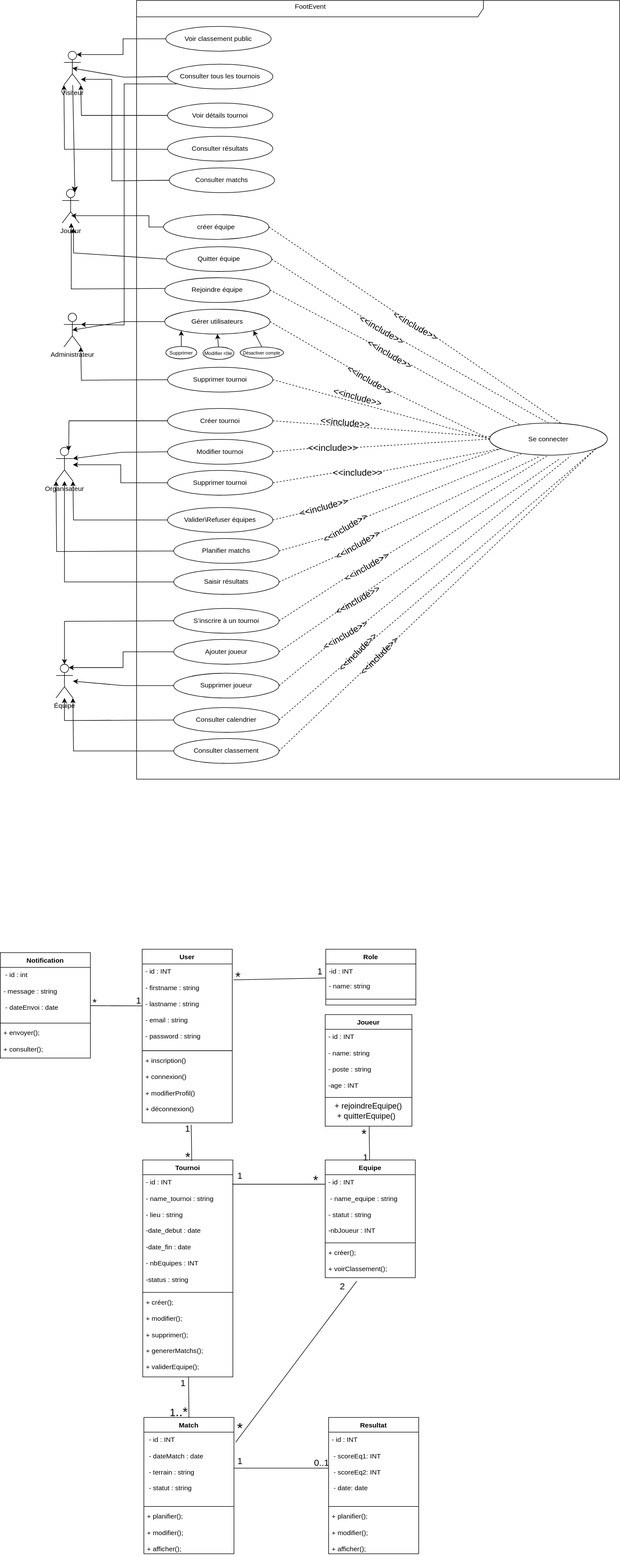
This is foot.drawio.svg from Yassir04-ch/FootEvenT, a draw.io export, as it was before one commit. Source tidied: cells renumbered, new cells last; positions are measured from the earlier drawing's top-left corner, leaving out a move shared by most shapes.
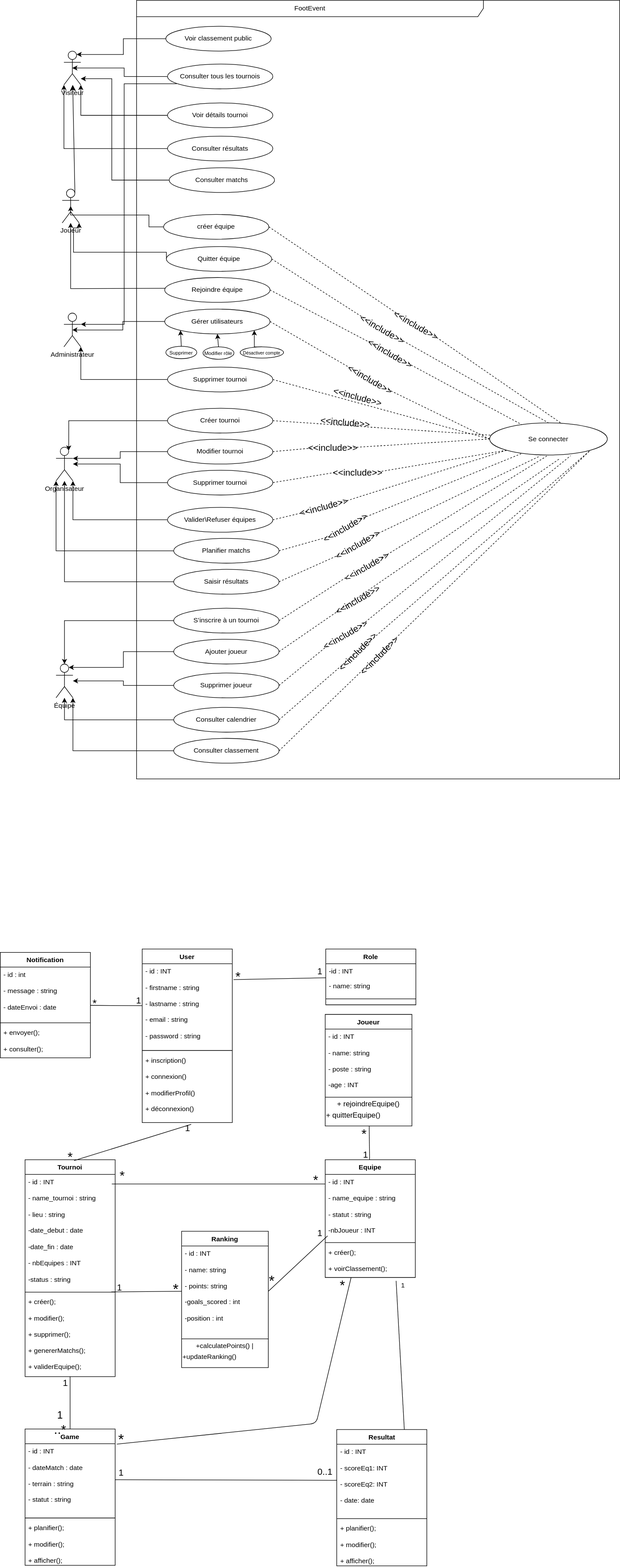
The same diagram one commit later.

The edit, as a diff of the source:
```diff
@@ -275,7 +275,7 @@
     <mxCell id="87" value="Consulter matchs" style="ellipse;whiteSpace=wrap;html=1;" parent="1" vertex="1">
       <mxGeometry x="300" y="297" width="187" height="44" as="geometry" />
     </mxCell>
-    <mxCell id="88" style="edgeStyle=none;curved=1;rounded=0;jettySize=auto;html=1;entryX=0.75;entryY=0.1;entryDx=0;entryDy=0;entryPerimeter=0;fontSize=12;startSize=8;endSize=8;" parent="1" edge="1" source="39" target="79">
+    <mxCell id="88" style="edgeStyle=none;curved=1;rounded=0;jettySize=auto;html=1;entryX=0.75;entryY=0.1;entryDx=0;entryDy=0;entryPerimeter=0;fontSize=12;startSize=8;endSize=8;endArrow=none;endFill=0;startArrow=classic;startFill=1;" parent="1" edge="1" source="39" target="79">
       <mxGeometry relative="1" as="geometry" />
     </mxCell>
     <mxCell id="89" style="edgeStyle=orthogonalEdgeStyle;rounded=0;jettySize=auto;html=1;exitX=0;exitY=0.5;exitDx=0;exitDy=0;entryX=0.5;entryY=0.5;entryDx=0;entryDy=0;entryPerimeter=0;" parent="1" edge="1" source="83" target="79">
@@ -359,7 +359,7 @@
       <mxGeometry relative="1" as="geometry" />
     </mxCell>
     <mxCell id="112" value="Tournoi " style="swimlane;fontStyle=1;align=center;verticalAlign=top;horizontal=1;startSize=26;whiteSpace=wrap;html=1;" parent="1" vertex="1">
-      <mxGeometry x="253" y="2058" width="160" height="385" as="geometry" />
+      <mxGeometry x="44" y="2058" width="160" height="385" as="geometry" />
     </mxCell>
     <mxCell id="113" value="- id : INT&lt;div&gt;&lt;br&gt;&lt;div&gt;- name_tournoi : string&lt;/div&gt;&lt;div&gt;&lt;br&gt;&lt;/div&gt;&lt;div&gt;- lieu : string&lt;/div&gt;&lt;div&gt;&lt;br&gt;&lt;/div&gt;&lt;div&gt;-date_debut : date&amp;nbsp;&lt;/div&gt;&lt;div&gt;&lt;br&gt;&lt;/div&gt;&lt;div&gt;-date_fin : date&lt;/div&gt;&lt;div&gt;&lt;br&gt;&lt;/div&gt;&lt;div&gt;-&amp;nbsp;nbEquipes : INT&lt;/div&gt;&lt;div&gt;&lt;br&gt;&lt;/div&gt;&lt;div&gt;-status : string&lt;/div&gt;&lt;/div&gt;" style="text;strokeColor=none;fillColor=none;align=left;verticalAlign=top;spacingLeft=4;spacingRight=4;overflow=hidden;points=[[0,0.5],[1,0.5]];portConstraint=eastwest;whiteSpace=wrap;html=1;" parent="112" vertex="1">
       <mxGeometry y="26" width="160" height="205" as="geometry" />
@@ -389,7 +389,7 @@
       <mxGeometry relative="1" as="geometry" />
     </mxCell>
     <mxCell id="122" style="line;strokeWidth=1;fillColor=none;align=left;verticalAlign=middle;spacingTop=-1;spacingLeft=3;spacingRight=3;labelPosition=right;strokeColor=inherit;" parent="1" vertex="1">
-      <mxGeometry x="412" y="2097" width="165" height="8" as="geometry" />
+      <mxGeometry x="198" y="2097" width="379" height="8" as="geometry" />
     </mxCell>
     <mxCell id="123" value="Joueur" style="swimlane;fontStyle=1;align=center;verticalAlign=top;horizontal=1;startSize=26;whiteSpace=wrap;html=1;" parent="1" vertex="1">
       <mxGeometry x="577" y="1800" width="154" height="198" as="geometry" />
@@ -400,14 +400,14 @@
     <mxCell id="125" style="line;strokeWidth=1;fillColor=none;align=left;verticalAlign=middle;spacingTop=-1;spacingLeft=3;spacingRight=3;labelPosition=right;strokeColor=inherit;" parent="123" vertex="1">
       <mxGeometry y="143" width="154" height="8" as="geometry" />
     </mxCell>
-    <mxCell id="126" value="&lt;font style=&quot;font-size: 14px;&quot;&gt;+ rejoindreEquipe()  &lt;/font&gt;" style="text;html=1;whiteSpace=wrap;strokeColor=none;fillColor=none;align=center;verticalAlign=middle;rounded=0;fontSize=16;" parent="123" vertex="1">
+    <mxCell id="126" value="&lt;font style=&quot;font-size: 13px;&quot;&gt;+ rejoindreEquipe()  &lt;/font&gt;" style="text;html=1;whiteSpace=wrap;strokeColor=none;fillColor=none;align=center;verticalAlign=middle;rounded=0;fontSize=16;" parent="123" vertex="1">
       <mxGeometry y="151" width="154" height="14" as="geometry" />
     </mxCell>
-    <mxCell id="127" value="&lt;font style=&quot;font-size: 14px;&quot;&gt;&amp;nbsp; &amp;nbsp; &amp;nbsp;+ quitterEquipe()&lt;/font&gt;" style="text;whiteSpace=wrap;html=1;" parent="123" vertex="1">
+    <mxCell id="127" value="&lt;font style=&quot;font-size: 13px;&quot;&gt;&amp;nbsp; &amp;nbsp; &amp;nbsp;+ quitterEquipe()&lt;/font&gt;" style="text;whiteSpace=wrap;html=1;" parent="123" vertex="1">
       <mxGeometry y="165" width="154" height="33" as="geometry" />
     </mxCell>
-    <mxCell id="128" value="Match             " style="swimlane;fontStyle=1;align=center;verticalAlign=top;horizontal=1;startSize=26;whiteSpace=wrap;html=1;" parent="1" vertex="1">
-      <mxGeometry x="255" y="2515" width="160" height="242" as="geometry" />
+    <mxCell id="128" value="Game" style="swimlane;fontStyle=1;align=center;verticalAlign=top;horizontal=1;startSize=26;whiteSpace=wrap;html=1;" parent="1" vertex="1">
+      <mxGeometry x="44" y="2536" width="160" height="242" as="geometry" />
     </mxCell>
     <mxCell id="129" value="&amp;nbsp;- id : INT&lt;div&gt;&lt;br&gt;&lt;/div&gt;&lt;div&gt;&amp;nbsp;- dateMatch : date&lt;/div&gt;&lt;div&gt;&lt;br&gt;&lt;/div&gt;&lt;div&gt;&amp;nbsp;- terrain : string&lt;/div&gt;&lt;div&gt;&lt;br&gt;&lt;/div&gt;&lt;div&gt;&amp;nbsp;- statut : string&lt;/div&gt;" style="text;strokeColor=none;fillColor=none;align=left;verticalAlign=top;spacingLeft=4;spacingRight=4;overflow=hidden;points=[[0,0.5],[1,0.5]];portConstraint=eastwest;whiteSpace=wrap;html=1;" parent="128" vertex="1">
       <mxGeometry y="26" width="160" height="128" as="geometry" />
@@ -419,7 +419,7 @@
       <mxGeometry y="162" width="160" height="80" as="geometry" />
     </mxCell>
     <mxCell id="132" value="Resultat" style="swimlane;fontStyle=1;align=center;verticalAlign=top;horizontal=1;startSize=26;whiteSpace=wrap;html=1;" parent="1" vertex="1">
-      <mxGeometry x="583" y="2515" width="160" height="242" as="geometry" />
+      <mxGeometry x="597.5" y="2537" width="160" height="242" as="geometry" />
     </mxCell>
     <mxCell id="133" value="- id : INT&lt;div&gt;&lt;br&gt;&lt;/div&gt;&lt;div&gt;&amp;nbsp;- scoreEq1: INT&lt;/div&gt;&lt;div&gt;&lt;br&gt;&lt;/div&gt;&lt;div&gt;&lt;div&gt;&amp;nbsp;- scoreEq2: INT&lt;/div&gt;&lt;div&gt;&lt;br&gt;&lt;/div&gt;&lt;/div&gt;&lt;div&gt;&amp;nbsp;- date: date&lt;/div&gt;" style="text;strokeColor=none;fillColor=none;align=left;verticalAlign=top;spacingLeft=4;spacingRight=4;overflow=hidden;points=[[0,0.5],[1,0.5]];portConstraint=eastwest;whiteSpace=wrap;html=1;" parent="132" vertex="1">
       <mxGeometry y="26" width="160" height="128" as="geometry" />
@@ -434,7 +434,7 @@
       <mxGeometry x="322" y="1991" width="22" height="22" as="geometry" />
     </mxCell>
     <mxCell id="137" value="&lt;font style=&quot;font-size: 23px;&quot;&gt;*&lt;/font&gt;" style="text;html=1;whiteSpace=wrap;strokeColor=none;fillColor=none;align=center;verticalAlign=middle;rounded=0;fontSize=16;" parent="1" vertex="1">
-      <mxGeometry x="316.5" y="2042" width="33" height="22" as="geometry" />
+      <mxGeometry x="107.5" y="2042" width="33" height="22" as="geometry" />
     </mxCell>
     <mxCell id="138" style="edgeStyle=none;curved=1;rounded=0;jettySize=auto;html=1;fontSize=12;startSize=8;endSize=8;endArrow=none;endFill=0;" parent="1" edge="1" source="139" target="103">
       <mxGeometry relative="1" as="geometry" />
@@ -451,8 +451,8 @@
     <mxCell id="142" value="+ envoyer();&lt;div&gt;&lt;br&gt;&lt;/div&gt;&lt;div&gt;+ consulter();&lt;/div&gt;&lt;div&gt;&lt;br&gt;&lt;/div&gt;" style="text;strokeColor=none;fillColor=none;align=left;verticalAlign=top;spacingLeft=4;spacingRight=4;overflow=hidden;whiteSpace=wrap;html=1;" parent="139" vertex="1">
       <mxGeometry y="129" width="160" height="58" as="geometry" />
     </mxCell>
-    <mxCell id="143" value=" 1" style="text;html=1;whiteSpace=wrap;strokeColor=none;fillColor=none;align=center;verticalAlign=middle;rounded=0;fontSize=16;" parent="1" vertex="1">
-      <mxGeometry x="415" y="2075" width="22" height="22" as="geometry" />
+    <mxCell id="143" value="&lt;font style=&quot;font-size: 23px;&quot;&gt; *&lt;/font&gt;" style="text;html=1;whiteSpace=wrap;strokeColor=none;fillColor=none;align=center;verticalAlign=middle;rounded=0;fontSize=16;" parent="1" vertex="1">
+      <mxGeometry x="206" y="2075" width="22" height="22" as="geometry" />
     </mxCell>
     <mxCell id="144" value="&lt;font style=&quot;font-size: 23px;&quot;&gt;*&lt;/font&gt;" style="text;html=1;whiteSpace=wrap;strokeColor=none;fillColor=none;align=center;verticalAlign=middle;rounded=0;fontSize=16;" parent="1" vertex="1">
       <mxGeometry x="544" y="2083" width="33" height="22" as="geometry" />
@@ -461,22 +461,22 @@
       <mxGeometry x="630" y="1995" width="33" height="33" as="geometry" />
     </mxCell>
     <mxCell id="146" value=" 1" style="text;html=1;whiteSpace=wrap;strokeColor=none;fillColor=none;align=center;verticalAlign=middle;rounded=0;fontSize=16;" parent="1" vertex="1">
-      <mxGeometry x="638" y="2042" width="22" height="22" as="geometry" />
+      <mxGeometry x="638" y="2038" width="22" height="22" as="geometry" />
     </mxCell>
     <mxCell id="147" value=" 1" style="text;html=1;whiteSpace=wrap;strokeColor=none;fillColor=none;align=center;verticalAlign=middle;rounded=0;fontSize=16;" parent="1" vertex="1">
-      <mxGeometry x="313.5" y="2443" width="22" height="22" as="geometry" />
+      <mxGeometry x="104.5" y="2443" width="22" height="22" as="geometry" />
     </mxCell>
     <mxCell id="148" value="&lt;font style=&quot;font-size: 18px;&quot;&gt;1&lt;/font&gt;&lt;font style=&quot;font-size: 23px;&quot;&gt;..*&lt;/font&gt;" style="text;html=1;whiteSpace=wrap;strokeColor=none;fillColor=none;align=center;verticalAlign=middle;rounded=0;fontSize=16;" parent="1" vertex="1">
-      <mxGeometry x="301" y="2494" width="33" height="22" as="geometry" />
+      <mxGeometry x="90" y="2515" width="33" height="22" as="geometry" />
     </mxCell>
     <mxCell id="149" style="edgeStyle=none;curved=1;rounded=0;jettySize=auto;html=1;exitX=1;exitY=0.5;exitDx=0;exitDy=0;entryX=0;entryY=0.5;entryDx=0;entryDy=0;fontSize=12;startSize=8;endSize=8;endArrow=none;endFill=0;" parent="1" edge="1" source="129" target="133">
       <mxGeometry relative="1" as="geometry" />
     </mxCell>
     <mxCell id="150" value=" 1" style="text;html=1;whiteSpace=wrap;strokeColor=none;fillColor=none;align=center;verticalAlign=middle;rounded=0;fontSize=16;" parent="1" vertex="1">
-      <mxGeometry x="415" y="2581" width="22" height="22" as="geometry" />
+      <mxGeometry x="204" y="2602" width="22" height="22" as="geometry" />
     </mxCell>
     <mxCell id="151" value="0..1" style="text;html=1;whiteSpace=wrap;strokeColor=none;fillColor=none;align=center;verticalAlign=middle;rounded=0;fontSize=16;" parent="1" vertex="1">
-      <mxGeometry x="560" y="2584" width="22" height="22" as="geometry" />
+      <mxGeometry x="566" y="2601" width="22" height="22" as="geometry" />
     </mxCell>
     <mxCell id="152" value="&lt;font style=&quot;font-size: 19px;&quot;&gt;*&lt;/font&gt;" style="text;html=1;whiteSpace=wrap;strokeColor=none;fillColor=none;align=center;verticalAlign=middle;rounded=0;fontSize=16;" parent="1" vertex="1">
       <mxGeometry x="157" y="1769.5" width="22" height="22" as="geometry" />
@@ -484,16 +484,11 @@
     <mxCell id="153" value="1" style="text;html=1;whiteSpace=wrap;strokeColor=none;fillColor=none;align=center;verticalAlign=middle;rounded=0;fontSize=16;" parent="1" vertex="1">
       <mxGeometry x="216" y="1760" width="60" height="30" as="geometry" />
     </mxCell>
-    <mxCell id="154" style="edgeStyle=none;curved=1;rounded=0;jettySize=auto;html=1;fontSize=12;startSize=8;endSize=8;exitX=0.351;exitY=1.101;exitDx=0;exitDy=0;exitPerimeter=0;endArrow=none;endFill=0;" parent="1" edge="1" source="120">
-      <mxGeometry relative="1" as="geometry">
-        <mxPoint x="418" y="2559" as="targetPoint" />
-      </mxGeometry>
-    </mxCell>
-    <mxCell id="155" value="2" style="text;html=1;whiteSpace=wrap;strokeColor=none;fillColor=none;align=center;verticalAlign=middle;rounded=0;fontSize=16;" parent="1" vertex="1">
+    <mxCell id="155" value="&lt;font style=&quot;font-size: 24px;&quot;&gt;*&lt;/font&gt;" style="text;html=1;whiteSpace=wrap;strokeColor=none;fillColor=none;align=center;verticalAlign=middle;rounded=0;fontSize=16;" parent="1" vertex="1">
       <mxGeometry x="578" y="2267" width="60" height="30" as="geometry" />
     </mxCell>
     <mxCell id="156" value="&lt;font style=&quot;font-size: 26px;&quot;&gt;*&lt;/font&gt;" style="text;html=1;whiteSpace=wrap;strokeColor=none;fillColor=none;align=center;verticalAlign=middle;rounded=0;fontSize=16;" parent="1" vertex="1">
-      <mxGeometry x="396" y="2519" width="60" height="30" as="geometry" />
+      <mxGeometry x="185" y="2540" width="60" height="30" as="geometry" />
     </mxCell>
     <mxCell id="157" value="1" style="text;html=1;whiteSpace=wrap;strokeColor=none;fillColor=none;align=center;verticalAlign=middle;rounded=0;fontSize=16;" parent="1" vertex="1">
       <mxGeometry x="537.5" y="1708" width="60" height="30" as="geometry" />
@@ -501,5 +496,51 @@
     <mxCell id="158" value="&lt;font style=&quot;font-size: 23px;&quot;&gt;*&lt;/font&gt;" style="text;html=1;whiteSpace=wrap;strokeColor=none;fillColor=none;align=center;verticalAlign=middle;rounded=0;fontSize=16;" parent="1" vertex="1">
       <mxGeometry x="406" y="1722" width="33" height="22" as="geometry" />
     </mxCell>
+    <mxCell id="159" style="edgeStyle=none;html=1;exitX=0.787;exitY=1.103;exitDx=0;exitDy=0;entryX=0.75;entryY=0;entryDx=0;entryDy=0;exitPerimeter=0;endArrow=none;endFill=0;" parent="1" edge="1" source="120" target="132">
+      <mxGeometry relative="1" as="geometry" />
+    </mxCell>
+    <mxCell id="160" value="1" style="text;html=1;align=center;verticalAlign=middle;strokeColor=none;fillColor=none;" parent="1" vertex="1">
+      <mxGeometry x="698" y="2264" width="33" height="33" as="geometry" />
+    </mxCell>
+    <mxCell id="161" value="Ranking        " style="swimlane;fontStyle=1;align=center;verticalAlign=top;horizontal=1;startSize=26;whiteSpace=wrap;html=1;" parent="1" vertex="1">
+      <mxGeometry x="322" y="2185" width="154" height="242" as="geometry" />
+    </mxCell>
+    <mxCell id="162" value="- id : INT&lt;div&gt;&lt;br&gt;&lt;/div&gt;&lt;div&gt;- name: string&lt;/div&gt;&lt;div&gt;&lt;br&gt;&lt;/div&gt;&lt;div&gt;- points: string&lt;/div&gt;&lt;div&gt;&lt;br&gt;&lt;/div&gt;&lt;div&gt;-goals_scored : int&lt;/div&gt;&lt;div&gt;&lt;br&gt;&lt;/div&gt;&lt;div&gt;-position : int&lt;/div&gt;" style="text;strokeColor=none;fillColor=none;align=left;verticalAlign=top;spacingLeft=4;spacingRight=4;overflow=hidden;points=[[0,0.5],[1,0.5]];portConstraint=eastwest;whiteSpace=wrap;html=1;" parent="161" vertex="1">
+      <mxGeometry y="26" width="154" height="161" as="geometry" />
+    </mxCell>
+    <mxCell id="163" style="line;strokeWidth=1;fillColor=none;align=left;verticalAlign=middle;spacingTop=-1;spacingLeft=3;spacingRight=3;labelPosition=right;strokeColor=inherit;" parent="161" vertex="1">
+      <mxGeometry y="187" width="154" height="8" as="geometry" />
+    </mxCell>
+    <mxCell id="164" value="&lt;span style=&quot;color: rgb(0, 0, 0); font-size: 12px; text-align: left;&quot;&gt;+calculatePoints() |&lt;/span&gt;" style="text;html=1;whiteSpace=wrap;strokeColor=none;fillColor=none;align=center;verticalAlign=middle;rounded=0;fontSize=16;" parent="161" vertex="1">
+      <mxGeometry y="195" width="154" height="14" as="geometry" />
+    </mxCell>
+    <mxCell id="165" value="&amp;nbsp; &amp;nbsp; &amp;nbsp; &amp;nbsp; +updateRanking()&amp;nbsp;&amp;nbsp;" style="text;whiteSpace=wrap;html=1;" parent="161" vertex="1">
+      <mxGeometry y="209" width="154" height="33" as="geometry" />
+    </mxCell>
+    <mxCell id="166" style="endArrow=none;html=1;exitX=1.018;exitY=0.007;exitDx=0;exitDy=0;exitPerimeter=0;entryX=0.75;entryY=0;entryDx=0;entryDy=0;endFill=0;" parent="1" edge="1" source="129" target="155">
+      <mxGeometry relative="1" as="geometry">
+        <Array as="points">
+          <mxPoint x="561" y="2526" />
+        </Array>
+      </mxGeometry>
+    </mxCell>
+    <mxCell id="167" style="edgeStyle=none;html=1;exitX=0;exitY=0.5;exitDx=0;exitDy=0;entryX=0.957;entryY=1.018;entryDx=0;entryDy=0;entryPerimeter=0;endArrow=none;endFill=0;" parent="1" edge="1" source="162" target="113">
+      <mxGeometry relative="1" as="geometry" />
+    </mxCell>
+    <mxCell id="168" style="edgeStyle=none;html=1;exitX=1;exitY=0.5;exitDx=0;exitDy=0;entryX=0.026;entryY=0.933;entryDx=0;entryDy=0;entryPerimeter=0;endArrow=none;endFill=0;" parent="1" edge="1" source="162" target="118">
+      <mxGeometry relative="1" as="geometry" />
+    </mxCell>
+    <mxCell id="169" value=" 1" style="text;html=1;whiteSpace=wrap;strokeColor=none;fillColor=none;align=center;verticalAlign=middle;rounded=0;fontSize=16;" parent="1" vertex="1">
+      <mxGeometry x="201" y="2274" width="22" height="22" as="geometry" />
+    </mxCell>
+    <mxCell id="170" value="&lt;font style=&quot;font-size: 26px;&quot;&gt;*&lt;/font&gt;" style="text;html=1;whiteSpace=wrap;strokeColor=none;fillColor=none;align=center;verticalAlign=middle;rounded=0;fontSize=16;" parent="1" vertex="1">
+      <mxGeometry x="299" y="2284" width="26" height="8" as="geometry" />
+    </mxCell>
+    <mxCell id="171" value="&lt;font style=&quot;font-size: 26px;&quot;&gt;*&lt;/font&gt;" style="text;html=1;whiteSpace=wrap;strokeColor=none;fillColor=none;align=center;verticalAlign=middle;rounded=0;fontSize=16;" parent="1" vertex="1">
+      <mxGeometry x="459" y="2262" width="47" height="22" as="geometry" />
+    </mxCell>
+    <mxCell id="172" value=" 1" style="text;html=1;whiteSpace=wrap;strokeColor=none;fillColor=none;align=center;verticalAlign=middle;rounded=0;fontSize=16;" parent="1" vertex="1">
+      <mxGeometry x="557" y="2177" width="22" height="22" as="geometry" />
+    </mxCell>
   </root>
 </mxGraphModel>
```
